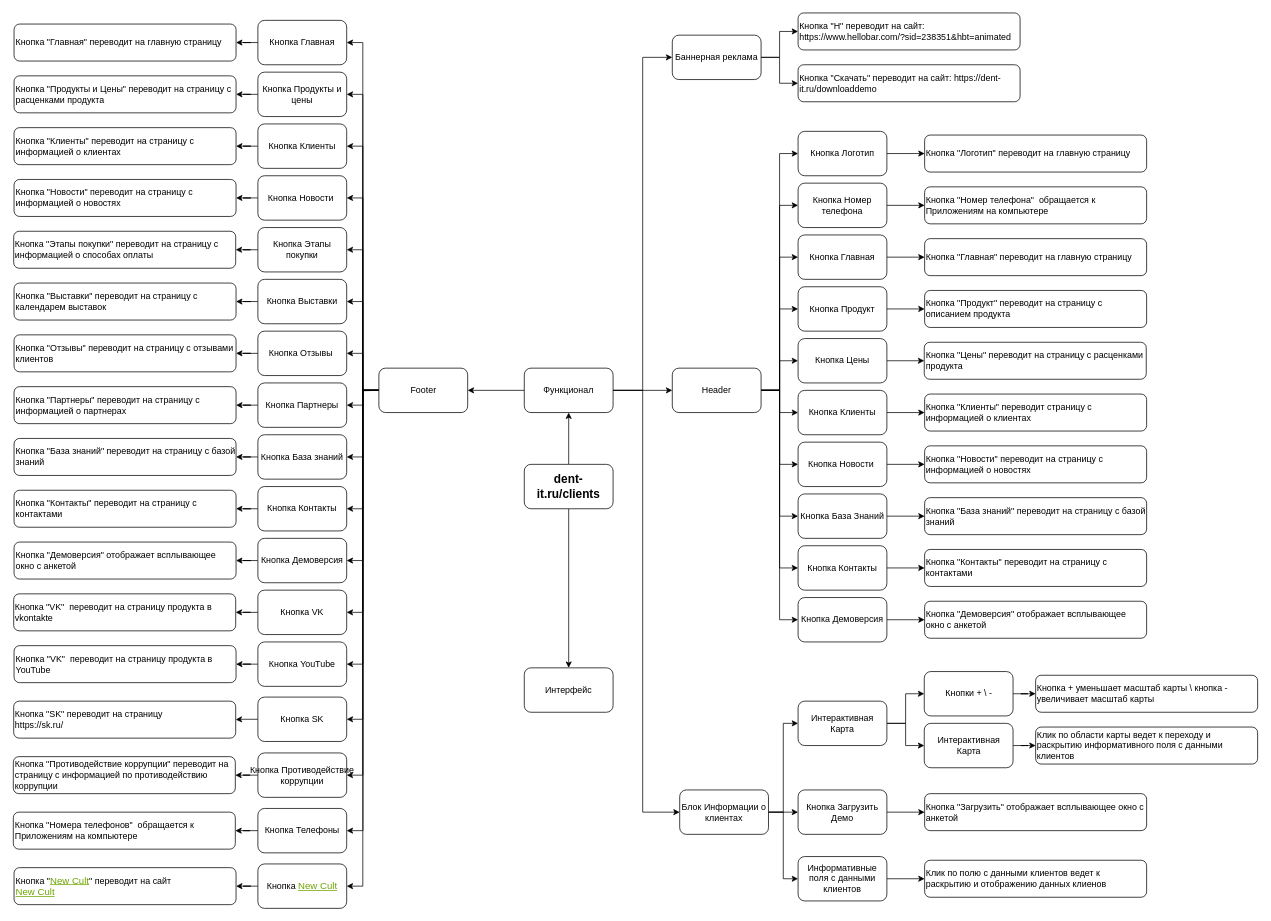
Earlier version of the draw.io diagram STOMODOMO.drawio (ru1svasin/ru1svasin). Source tidied: cells renumbered, new cells numbered last; positions are measured from the earlier drawing's top-left corner, leaving out a move shared by most shapes. Both pictures are drawn from the tidied source at 74%, with x=0, y=0 at pixel (13, 13).
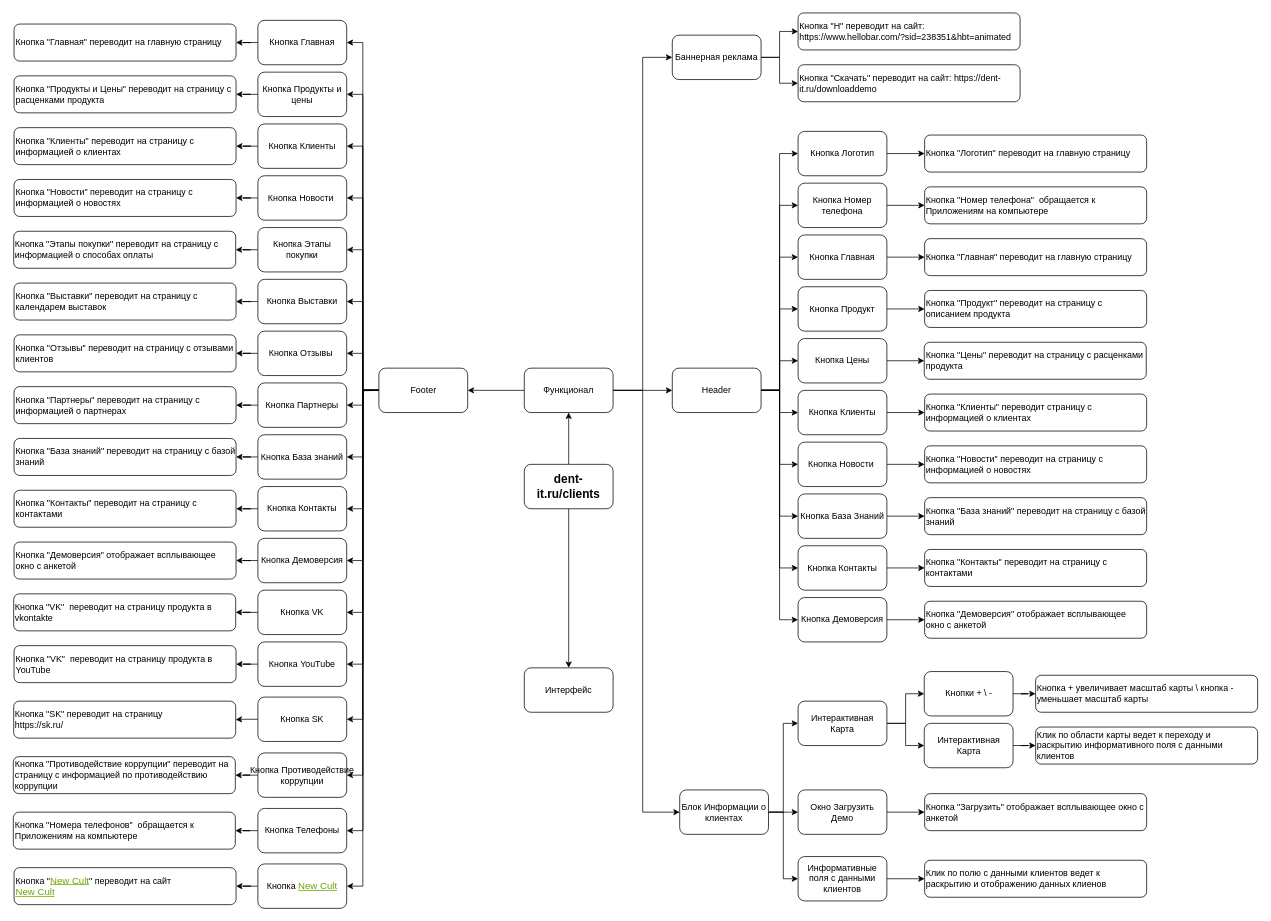
After the change.

Change to the diagram source:
```diff
@@
-    <mxCell id="73" value="Кнопка Загрузить Демо" style="whiteSpace=wrap;html=1;rounded=1;" parent="1" vertex="1">
+    <mxCell id="73" value="Окно Загрузить Демо" style="whiteSpace=wrap;html=1;rounded=1;" parent="1" vertex="1">
       <mxGeometry x="1060" y="1050" width="120" height="60" as="geometry" />
     </mxCell>
@@
-    <mxCell id="91" value="&lt;div style=&quot;&quot;&gt;&lt;span style=&quot;background-color: initial;&quot;&gt;Кнопка + уменьшает масштаб карты \ кнопка - увеличивает масштаб карты&lt;/span&gt;&lt;/div&gt;" style="whiteSpace=wrap;html=1;rounded=1;align=left;" parent="1" vertex="1">
+    <mxCell id="91" value="&lt;div style=&quot;&quot;&gt;&lt;span style=&quot;background-color: initial;&quot;&gt;Кнопка + увеличивает масштаб карты \ кнопка - уменьшает масштаб карты&lt;/span&gt;&lt;/div&gt;" style="whiteSpace=wrap;html=1;rounded=1;align=left;" parent="1" vertex="1">
       <mxGeometry x="1381" y="895" width="300" height="50" as="geometry" />
     </mxCell>
```
